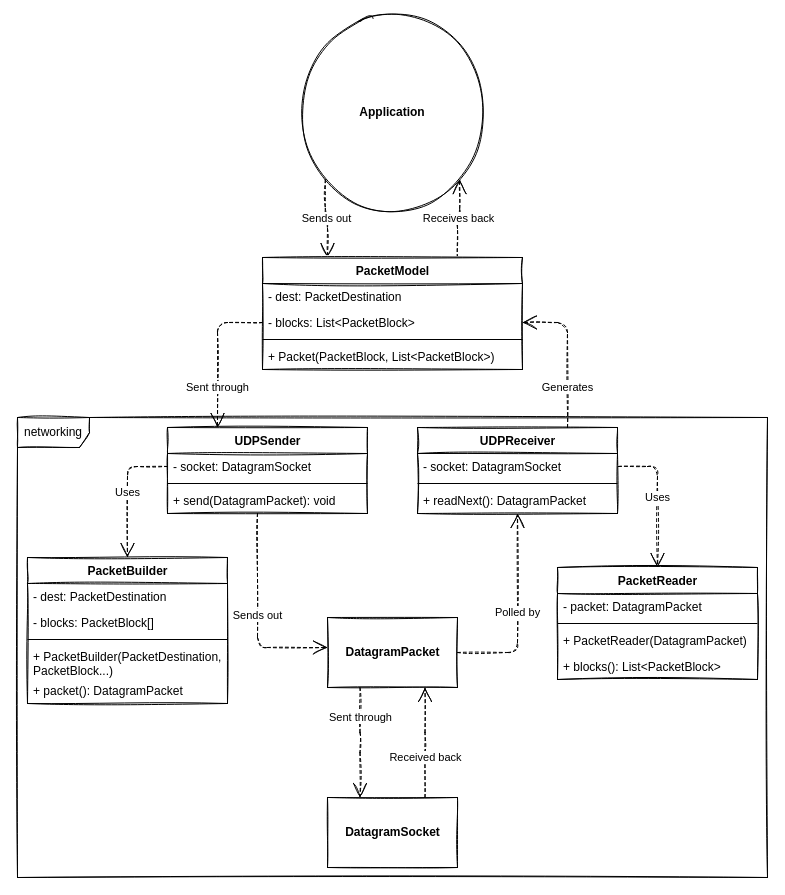
virtual-cardboard/nomad-realms-server keeps this draw.io diagram as src/main/resources/uml/networking.drawio. Above is the earlier version. Source tidied: cells renumbered, new cells numbered last; positions are measured from the earlier drawing's top-left corner, leaving out a move shared by most shapes. Both pictures are drawn from the tidied source at 100%, with x=0, y=0 at pixel (17, 17).
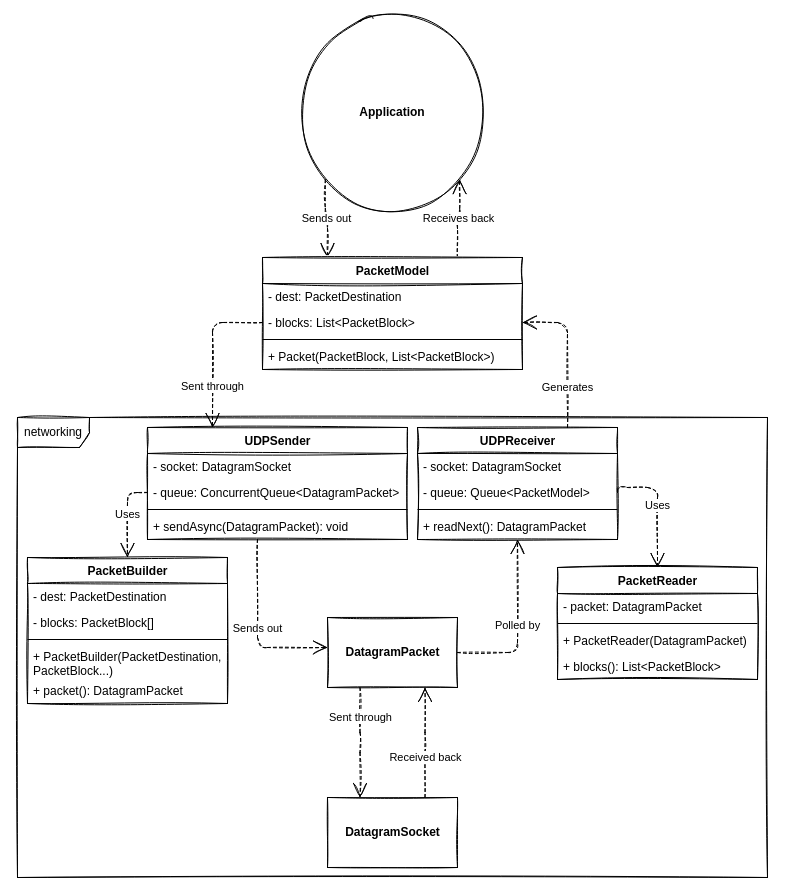
Above is the later version.

Unchanged cells that the change refers to:
```xml
<mxCell id="13" value="PacketBuilder" style="swimlane;fontStyle=1;align=center;verticalAlign=top;horizontal=1;startSize=26;rounded=0;shadow=0;sketch=1;strokeWidth=1;html=1;" parent="1" vertex="1">
  <mxGeometry x="10" y="540" width="200" height="146" as="geometry" />
</mxCell>
<mxCell id="19" value="PacketReader" style="swimlane;fontStyle=1;align=center;verticalAlign=top;horizontal=1;startSize=26;rounded=0;shadow=0;sketch=1;strokeWidth=1;html=1;" parent="1" vertex="1">
  <mxGeometry x="540" y="550" width="200" height="112" as="geometry" />
</mxCell>
```

What changed in the source:
```diff
@@
     <mxCell id="4" value="UDPSender" style="swimlane;fontStyle=1;align=center;verticalAlign=top;horizontal=1;startSize=26;rounded=0;shadow=0;sketch=1;strokeWidth=1;html=1;" parent="1" vertex="1">
-      <mxGeometry x="150" y="410" width="200" height="86" as="geometry" />
+      <mxGeometry x="130" y="410" width="260" height="112" as="geometry" />
     </mxCell>
+    <mxCell id="40" value="- socket: DatagramSocket" style="text;strokeColor=none;fillColor=none;align=left;verticalAlign=top;spacingLeft=4;spacingRight=4;overflow=hidden;" parent="4" vertex="1">
+      <mxGeometry y="26" width="260" height="26" as="geometry" />
+    </mxCell>
-    <mxCell id="5" value="- socket: DatagramSocket" style="text;strokeColor=none;fillColor=none;align=left;verticalAlign=top;spacingLeft=4;spacingRight=4;overflow=hidden;points=[[0,0.5],[1,0.5]];portConstraint=eastwest;" parent="4" vertex="1">
-      <mxGeometry y="26" width="200" height="26" as="geometry" />
+    <mxCell id="5" value="- queue: ConcurrentQueue&lt;DatagramPacket&gt;" style="text;strokeColor=none;fillColor=none;align=left;verticalAlign=top;spacingLeft=4;spacingRight=4;overflow=hidden;points=[[0,0.5],[1,0.5]];portConstraint=eastwest;" parent="4" vertex="1">
+      <mxGeometry y="52" width="260" height="26" as="geometry" />
     </mxCell>
     <mxCell id="6" style="line;strokeWidth=1;fillColor=none;align=left;verticalAlign=middle;spacingTop=-1;spacingLeft=3;spacingRight=3;labelPosition=right;" parent="4" vertex="1">
-      <mxGeometry y="52" width="200" height="8" as="geometry" />
+      <mxGeometry y="78" width="260" height="8" as="geometry" />
     </mxCell>
-    <mxCell id="7" value="+ send(DatagramPacket): void" style="text;strokeColor=none;fillColor=none;align=left;verticalAlign=top;spacingLeft=4;spacingRight=4;overflow=hidden;" parent="4" vertex="1">
-      <mxGeometry y="60" width="200" height="26" as="geometry" />
+    <mxCell id="7" value="+ sendAsync(DatagramPacket): void" style="text;strokeColor=none;fillColor=none;align=left;verticalAlign=top;spacingLeft=4;spacingRight=4;overflow=hidden;" parent="4" vertex="1">
+      <mxGeometry y="86" width="260" height="26" as="geometry" />
     </mxCell>
@@
     <mxCell id="9" value="UDPReceiver" style="swimlane;fontStyle=1;align=center;verticalAlign=top;horizontal=1;startSize=26;rounded=0;shadow=0;sketch=1;strokeWidth=1;html=1;" parent="1" vertex="1">
-      <mxGeometry x="400" y="410" width="200" height="86" as="geometry" />
+      <mxGeometry x="400" y="410" width="200" height="112" as="geometry" />
     </mxCell>
@@
+    <mxCell id="41" value="- queue: Queue&lt;PacketModel&gt;" style="text;strokeColor=none;fillColor=none;align=left;verticalAlign=top;spacingLeft=4;spacingRight=4;overflow=hidden;points=[[0,0.5],[1,0.5]];portConstraint=eastwest;" parent="9" vertex="1">
+      <mxGeometry y="52" width="200" height="26" as="geometry" />
+    </mxCell>
     <mxCell id="11" style="line;strokeWidth=1;fillColor=none;align=left;verticalAlign=middle;spacingTop=-1;spacingLeft=3;spacingRight=3;labelPosition=right;" parent="9" vertex="1">
-      <mxGeometry y="52" width="200" height="8" as="geometry" />
+      <mxGeometry y="78" width="200" height="8" as="geometry" />
     </mxCell>
     <mxCell id="12" value="+ readNext(): DatagramPacket" style="text;strokeColor=none;fillColor=none;align=left;verticalAlign=top;spacingLeft=4;spacingRight=4;overflow=hidden;" parent="9" vertex="1">
-      <mxGeometry y="60" width="200" height="26" as="geometry" />
+      <mxGeometry y="86" width="200" height="26" as="geometry" />
     </mxCell>
@@
-    <mxCell id="36" value="Uses" style="endArrow=open;endSize=12;dashed=1;html=1;exitX=0;exitY=0.5;exitDx=0;exitDy=0;sketch=1;edgeStyle=elbowEdgeStyle;elbow=vertical;" parent="1" edge="1" source="5" target="13">
+    <mxCell id="36" value="Uses" style="endArrow=open;endSize=12;dashed=1;html=1;exitX=0;exitY=0.5;exitDx=0;exitDy=0;sketch=1;edgeStyle=elbowEdgeStyle;elbow=vertical;entryX=0.5;entryY=0;entryDx=0;entryDy=0;" parent="1" edge="1" source="5" target="13">
       <mxGeometry relative="1" as="geometry">
         <Array as="points">
+          <mxPoint x="90" y="475" />
           <mxPoint x="110" y="449" />
         </Array>
       </mxGeometry>
     </mxCell>
-    <mxCell id="37" value="Uses" style="endArrow=open;endSize=12;dashed=1;html=1;exitX=1;exitY=0.5;exitDx=0;exitDy=0;sketch=1;edgeStyle=elbowEdgeStyle;elbow=vertical;entryX=0.5;entryY=0;entryDx=0;entryDy=0;" parent="1" edge="1" target="19">
+    <mxCell id="37" value="Uses" style="endArrow=open;endSize=12;dashed=1;html=1;exitX=1;exitY=0.5;exitDx=0;exitDy=0;sketch=1;edgeStyle=elbowEdgeStyle;elbow=vertical;entryX=0.5;entryY=0;entryDx=0;entryDy=0;" parent="1" edge="1" source="41" target="19">
       <mxGeometry relative="1" as="geometry">
-        <mxPoint x="601" y="449" as="sourcePoint" />
         <Array as="points">
-          <mxPoint x="620" y="449" />
+          <mxPoint x="640" y="470" />
         </Array>
       </mxGeometry>
     </mxCell>
```
